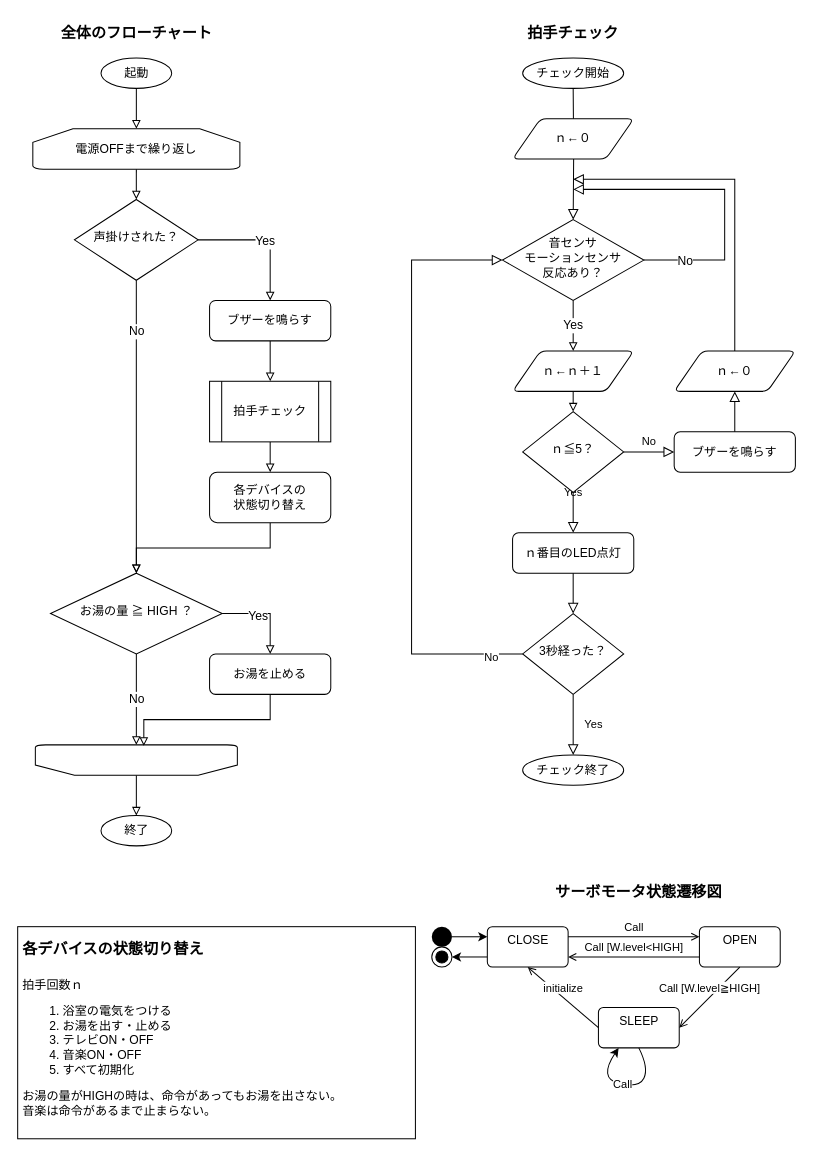
Above: page "flow chart" (2 of 4) of SmartBath.drawio in AK-8420/documents_2021_Arduino_arch (draw.io), before the change. Source tidied: cells renumbered, new cells numbered last; positions are measured from the earlier drawing's top-left corner, leaving out a move shared by most shapes. Both pictures are drawn from the tidied source at 101%, with x=0, y=0 at pixel (17, 17).
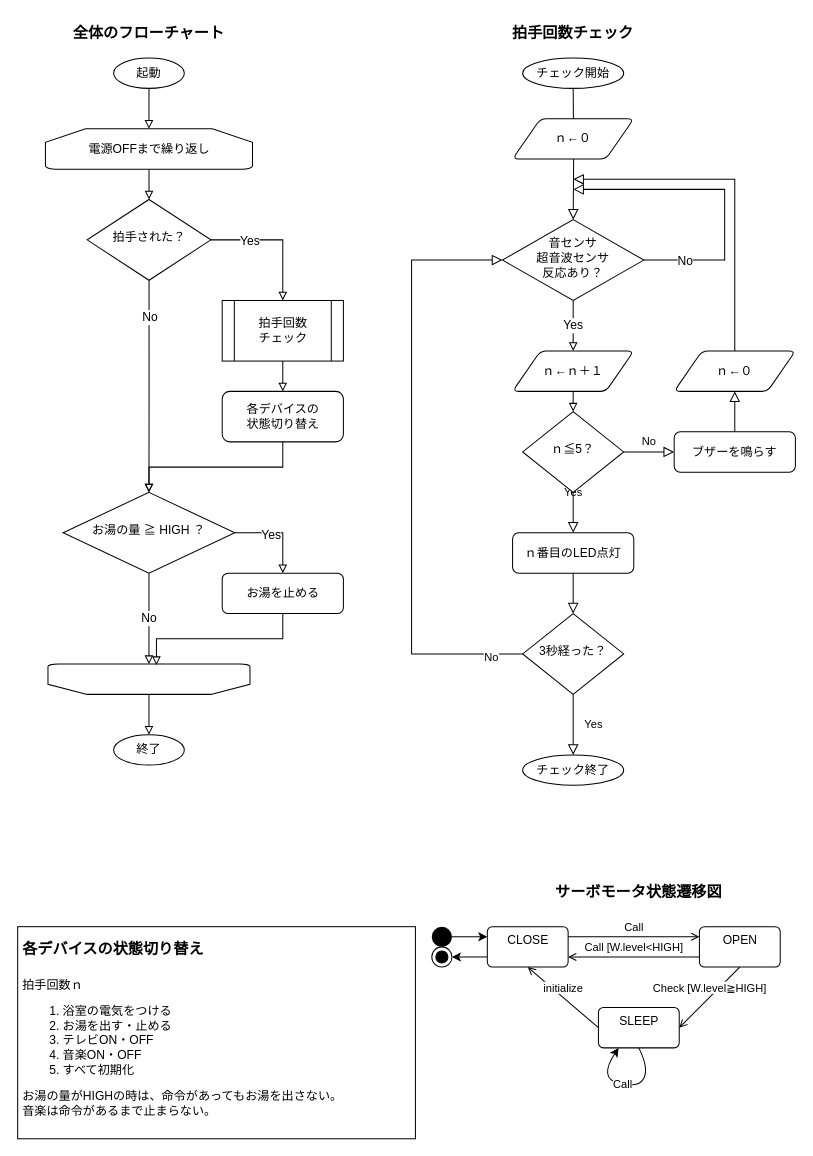
Above is the later version.

The change refers to these unchanged cells:
```xml
<mxCell id="56" value="OPEN" style="html=1;align=center;verticalAlign=top;rounded=1;absoluteArcSize=1;arcSize=10;dashed=0;strokeColor=default;" parent="1" vertex="1">
  <mxGeometry x="675" y="900" width="80" height="40" as="geometry" />
</mxCell>
<mxCell id="59" value="SLEEP" style="html=1;align=center;verticalAlign=top;rounded=1;absoluteArcSize=1;arcSize=10;dashed=0;strokeColor=default;" parent="1" vertex="1">
  <mxGeometry x="575" y="980" width="80" height="40" as="geometry" />
</mxCell>
```

Change to the diagram source:
```diff
@@
     <mxCell id="22" value="起動" style="ellipse;whiteSpace=wrap;html=1;strokeColor=default;strokeWidth=1;" parent="1" vertex="1">
-      <mxGeometry x="82.5" y="40" width="70" height="30" as="geometry" />
+      <mxGeometry x="95" y="40" width="70" height="30" as="geometry" />
     </mxCell>
@@
-    <mxCell id="24" value="拍手チェック" style="shape=process;whiteSpace=wrap;html=1;backgroundOutline=1;strokeColor=default;strokeWidth=1;" parent="1" vertex="1">
-      <mxGeometry x="190" y="360" width="120" height="60" as="geometry" />
+    <mxCell id="24" value="拍手回数&lt;br&gt;チェック" style="shape=process;whiteSpace=wrap;html=1;backgroundOutline=1;strokeColor=default;strokeWidth=1;" parent="1" vertex="1">
+      <mxGeometry x="202.5" y="280" width="120" height="60" as="geometry" />
     </mxCell>
@@
     <mxCell id="26" value="電源OFFまで繰り返し" style="strokeWidth=1;html=1;shape=mxgraph.flowchart.loop_limit;whiteSpace=wrap;" parent="1" vertex="1">
-      <mxGeometry x="15" y="110" width="205" height="40" as="geometry" />
+      <mxGeometry x="27.5" y="110" width="205" height="40" as="geometry" />
     </mxCell>
@@
     <mxCell id="28" style="strokeWidth=1;html=1;shape=mxgraph.flowchart.loop_limit;whiteSpace=wrap;rotation=-180;" parent="1" vertex="1">
-      <mxGeometry x="17.5" y="720" width="200" height="30" as="geometry" />
+      <mxGeometry x="30" y="640" width="200" height="30" as="geometry" />
     </mxCell>
     <mxCell id="29" value="終了" style="ellipse;whiteSpace=wrap;html=1;strokeColor=default;strokeWidth=1;" parent="1" vertex="1">
-      <mxGeometry x="82.5" y="790" width="70" height="30" as="geometry" />
+      <mxGeometry x="95" y="710" width="70" height="30" as="geometry" />
     </mxCell>
     <mxCell id="30" value="&lt;b&gt;&lt;font style=&quot;font-size: 15px&quot;&gt;全体のフローチャート&lt;/font&gt;&lt;/b&gt;" style="text;html=1;strokeColor=none;fillColor=none;align=center;verticalAlign=middle;whiteSpace=wrap;rounded=0;" parent="1" vertex="1">
-      <mxGeometry x="37.5" width="160" height="30" as="geometry" />
+      <mxGeometry x="50" width="160" height="30" as="geometry" />
     </mxCell>
-    <mxCell id="31" value="&lt;b&gt;&lt;font style=&quot;font-size: 15px&quot;&gt;拍手チェック&lt;/font&gt;&lt;/b&gt;" style="text;html=1;strokeColor=none;fillColor=none;align=center;verticalAlign=middle;whiteSpace=wrap;rounded=0;" parent="1" vertex="1">
+    <mxCell id="31" value="&lt;b&gt;&lt;font style=&quot;font-size: 15px&quot;&gt;拍手回数チェック&lt;/font&gt;&lt;/b&gt;" style="text;html=1;strokeColor=none;fillColor=none;align=center;verticalAlign=middle;whiteSpace=wrap;rounded=0;" parent="1" vertex="1">
       <mxGeometry x="470" width="160" height="30" as="geometry" />
     </mxCell>
-    <mxCell id="32" value="&lt;font style=&quot;font-size: 12px&quot;&gt;Yes&lt;/font&gt;" style="edgeStyle=orthogonalEdgeStyle;rounded=0;jettySize=auto;html=1;exitX=1;exitY=0.5;exitDx=0;exitDy=0;entryX=0.5;entryY=0;entryDx=0;entryDy=0;fontSize=15;endArrow=block;endFill=0;" parent="1" edge="1" source="35" target="37">
-      <mxGeometry relative="1" as="geometry" />
+    <mxCell id="32" value="&lt;font style=&quot;font-size: 12px&quot;&gt;Yes&lt;/font&gt;" style="edgeStyle=orthogonalEdgeStyle;rounded=0;jettySize=auto;html=1;exitX=1;exitY=0.5;exitDx=0;exitDy=0;entryX=0.5;entryY=0;entryDx=0;entryDy=0;fontSize=15;endArrow=block;endFill=0;" parent="1" edge="1" source="35" target="24">
+      <mxGeometry x="-0.41" relative="1" as="geometry" />
     </mxCell>
@@
-    <mxCell id="35" value="声掛けされた？" style="rhombus;whiteSpace=wrap;html=1;shadow=0;fontFamily=Helvetica;fontSize=12;align=center;strokeWidth=1;spacing=6;spacingTop=-4;" parent="1" vertex="1">
-      <mxGeometry x="56.2" y="180" width="122.5" height="80" as="geometry" />
+    <mxCell id="35" value="拍手された？" style="rhombus;whiteSpace=wrap;html=1;shadow=0;fontFamily=Helvetica;fontSize=12;align=center;strokeWidth=1;spacing=6;spacingTop=-4;" parent="1" vertex="1">
+      <mxGeometry x="68.8" y="180" width="122.5" height="80" as="geometry" />
     </mxCell>
-    <mxCell id="36" style="edgeStyle=orthogonalEdgeStyle;rounded=0;jettySize=auto;html=1;exitX=0.5;exitY=1;exitDx=0;exitDy=0;entryX=0.5;entryY=0;entryDx=0;entryDy=0;fontSize=12;endArrow=block;endFill=0;" parent="1" edge="1" source="37" target="24">
-      <mxGeometry relative="1" as="geometry" />
-    </mxCell>
-    <mxCell id="37" value="ブザーを鳴らす" style="rounded=1;whiteSpace=wrap;html=1;fontSize=12;glass=0;strokeWidth=1;shadow=0;" parent="1" vertex="1">
-      <mxGeometry x="190" y="280" width="120" height="40" as="geometry" />
-    </mxCell>
@@
     <mxCell id="39" value="&lt;span&gt;各デバイスの&lt;/span&gt;&lt;br&gt;&lt;span&gt;状態切り替え&lt;/span&gt;" style="rounded=1;whiteSpace=wrap;html=1;fontSize=12;strokeColor=default;strokeWidth=1;" parent="1" vertex="1">
-      <mxGeometry x="190" y="450" width="120" height="50" as="geometry" />
+      <mxGeometry x="202.5" y="370" width="120" height="50" as="geometry" />
     </mxCell>
@@
     <mxCell id="43" value="お湯の量 ≧ HIGH ？" style="rhombus;whiteSpace=wrap;html=1;shadow=0;fontFamily=Helvetica;fontSize=12;align=center;strokeWidth=1;spacing=6;spacingTop=-4;" parent="1" vertex="1">
-      <mxGeometry x="32.5" y="550" width="170" height="80" as="geometry" />
+      <mxGeometry x="45" y="470" width="170" height="80" as="geometry" />
     </mxCell>
@@
     <mxCell id="45" value="お湯を止める" style="rounded=1;whiteSpace=wrap;html=1;fontSize=12;glass=0;strokeWidth=1;shadow=0;" parent="1" vertex="1">
-      <mxGeometry x="190" y="630" width="120" height="40" as="geometry" />
+      <mxGeometry x="202.5" y="550" width="120" height="40" as="geometry" />
     </mxCell>
@@
-    <mxCell id="49" value="音センサ&lt;br&gt;モーションセンサ&lt;br&gt;反応あり？" style="rhombus;whiteSpace=wrap;html=1;shadow=0;fontFamily=Helvetica;fontSize=12;align=center;strokeWidth=1;spacing=6;spacingTop=-4;" parent="1" vertex="1">
+    <mxCell id="49" value="音センサ&lt;br&gt;超音波センサ&lt;br&gt;反応あり？" style="rhombus;whiteSpace=wrap;html=1;shadow=0;fontFamily=Helvetica;fontSize=12;align=center;strokeWidth=1;spacing=6;spacingTop=-4;" parent="1" vertex="1">
       <mxGeometry x="480" y="200" width="140" height="80" as="geometry" />
     </mxCell>
@@
-    <mxCell id="60" value="&lt;span style=&quot;background-color: rgb(255 , 255 , 255)&quot;&gt;Call [W.level≧HIGH]&lt;/span&gt;" style="endArrow=open;html=1;rounded=0;align=center;verticalAlign=bottom;endFill=0;labelBackgroundColor=none;exitX=0.5;exitY=1;exitDx=0;exitDy=0;entryX=1;entryY=0.5;entryDx=0;entryDy=0;" parent="1" edge="1" source="56" target="59">
+    <mxCell id="60" value="&lt;span style=&quot;background-color: rgb(255 , 255 , 255)&quot;&gt;Check [W.level≧HIGH]&lt;/span&gt;" style="endArrow=open;html=1;rounded=0;align=center;verticalAlign=bottom;endFill=0;labelBackgroundColor=none;exitX=0.5;exitY=1;exitDx=0;exitDy=0;entryX=1;entryY=0.5;entryDx=0;entryDy=0;" parent="1" edge="1" source="56" target="59">
       <mxGeometry relative="1" as="geometry" />
     </mxCell>
```
